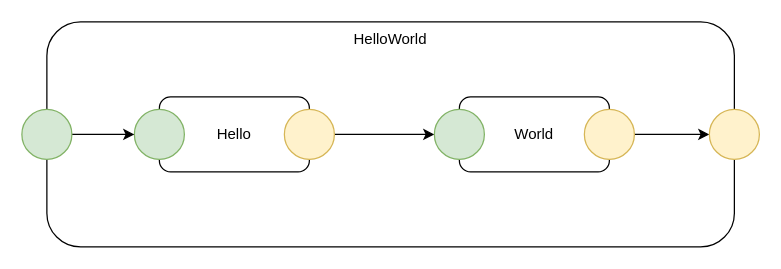
The draw.io diagram test5.drawio in guitarvydas/eh, before the edit. Source tidied: cells renumbered, new cells numbered last; positions are measured from the earlier drawing's top-left corner, leaving out a move shared by most shapes. Both pictures are drawn from the tidied source at 125%, with x=0, y=0 at pixel (21, 21).
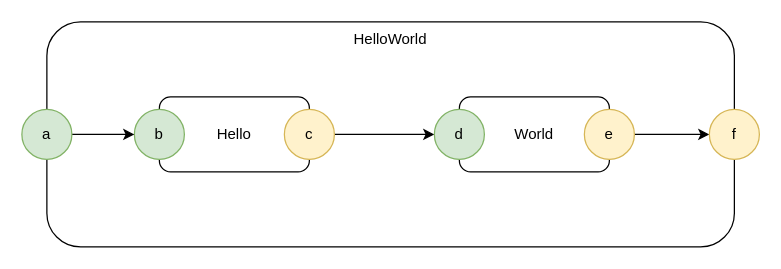
Above is the later version.

Commit message (it also covers changes not shown here):
das becomes a multigit repo ; test5.drawio annotated with port names

What changed in the source:
```diff
@@
 <mxGraphModel>
   <root>
     <mxCell id="0" />
     <mxCell id="1" parent="0" />
     <mxCell id="2" value="HelloWorld" style="rounded=1;whiteSpace=wrap;html=1;verticalAlign=top;" parent="1" vertex="1">
       <mxGeometry x="20" width="550" height="180" as="geometry" />
     </mxCell>
     <mxCell id="3" value="Hello" style="rounded=1;whiteSpace=wrap;html=1;" parent="1" vertex="1">
       <mxGeometry x="110" y="60" width="120" height="60" as="geometry" />
     </mxCell>
     <mxCell id="4" value="World" style="rounded=1;whiteSpace=wrap;html=1;" parent="1" vertex="1">
       <mxGeometry x="350" y="60" width="120" height="60" as="geometry" />
     </mxCell>
     <mxCell id="5" style="edgeStyle=orthogonalEdgeStyle;rounded=0;jettySize=auto;html=1;exitX=1;exitY=0.5;exitDx=0;exitDy=0;entryX=0;entryY=0.5;entryDx=0;entryDy=0;" parent="1" edge="1" source="6" target="7">
       <mxGeometry relative="1" as="geometry" />
     </mxCell>
-    <mxCell id="6" style="ellipse;whiteSpace=wrap;html=1;fillColor=#fff2cc;strokeColor=#d6b656;" parent="1" vertex="1">
+    <mxCell id="6" value="c" style="ellipse;whiteSpace=wrap;html=1;fillColor=#fff2cc;strokeColor=#d6b656;" parent="1" vertex="1">
       <mxGeometry x="210" y="70" width="40" height="40" as="geometry" />
     </mxCell>
-    <mxCell id="7" style="ellipse;whiteSpace=wrap;html=1;fillColor=#d5e8d4;strokeColor=#82b366;" parent="1" vertex="1">
+    <mxCell id="7" value="d" style="ellipse;whiteSpace=wrap;html=1;fillColor=#d5e8d4;strokeColor=#82b366;" parent="1" vertex="1">
       <mxGeometry x="330" y="70" width="40" height="40" as="geometry" />
     </mxCell>
-    <mxCell id="8" style="ellipse;whiteSpace=wrap;html=1;fillColor=#d5e8d4;strokeColor=#82b366;" parent="1" vertex="1">
+    <mxCell id="8" value="b" style="ellipse;whiteSpace=wrap;html=1;fillColor=#d5e8d4;strokeColor=#82b366;" parent="1" vertex="1">
       <mxGeometry x="90" y="70" width="40" height="40" as="geometry" />
     </mxCell>
     <mxCell id="9" style="edgeStyle=orthogonalEdgeStyle;rounded=0;jettySize=auto;html=1;exitX=1;exitY=0.5;exitDx=0;exitDy=0;" parent="1" edge="1" source="10" target="11">
       <mxGeometry relative="1" as="geometry" />
     </mxCell>
-    <mxCell id="10" style="ellipse;whiteSpace=wrap;html=1;fillColor=#fff2cc;strokeColor=#d6b656;" parent="1" vertex="1">
+    <mxCell id="10" value="e" style="ellipse;whiteSpace=wrap;html=1;fillColor=#fff2cc;strokeColor=#d6b656;" parent="1" vertex="1">
       <mxGeometry x="450" y="70" width="40" height="40" as="geometry" />
     </mxCell>
-    <mxCell id="11" style="ellipse;whiteSpace=wrap;html=1;fillColor=#fff2cc;strokeColor=#d6b656;" parent="1" vertex="1">
+    <mxCell id="11" value="f" style="ellipse;whiteSpace=wrap;html=1;fillColor=#fff2cc;strokeColor=#d6b656;" parent="1" vertex="1">
       <mxGeometry x="550" y="70" width="40" height="40" as="geometry" />
     </mxCell>
     <mxCell id="12" style="edgeStyle=orthogonalEdgeStyle;rounded=0;jettySize=auto;html=1;exitX=1;exitY=0.5;exitDx=0;exitDy=0;entryX=0;entryY=0.5;entryDx=0;entryDy=0;" parent="1" edge="1" source="13" target="8">
       <mxGeometry relative="1" as="geometry" />
     </mxCell>
-    <mxCell id="13" style="ellipse;whiteSpace=wrap;html=1;fillColor=#d5e8d4;strokeColor=#82b366;" parent="1" vertex="1">
+    <mxCell id="13" value="a" style="ellipse;whiteSpace=wrap;html=1;fillColor=#d5e8d4;strokeColor=#82b366;" parent="1" vertex="1">
       <mxGeometry y="70" width="40" height="40" as="geometry" />
     </mxCell>
   </root>
 </mxGraphModel>
```
